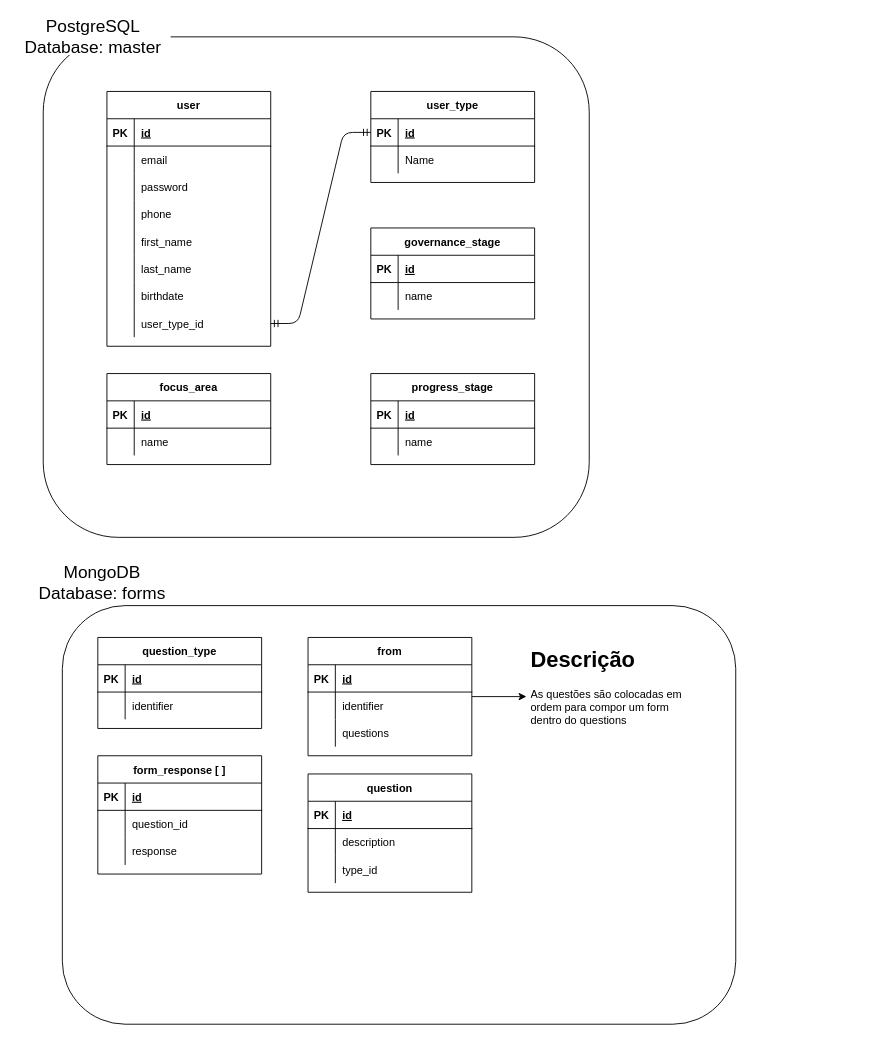
muriloarelhano/go-devrel-backend keeps this draw.io diagram as documentation/database.drawio. Above is the earlier version. Source tidied: cells renumbered, new cells numbered last; positions are measured from the earlier drawing's top-left corner, leaving out a move shared by most shapes. Both pictures are drawn from the tidied source at 91%, with x=0, y=0 at pixel (15, 18).
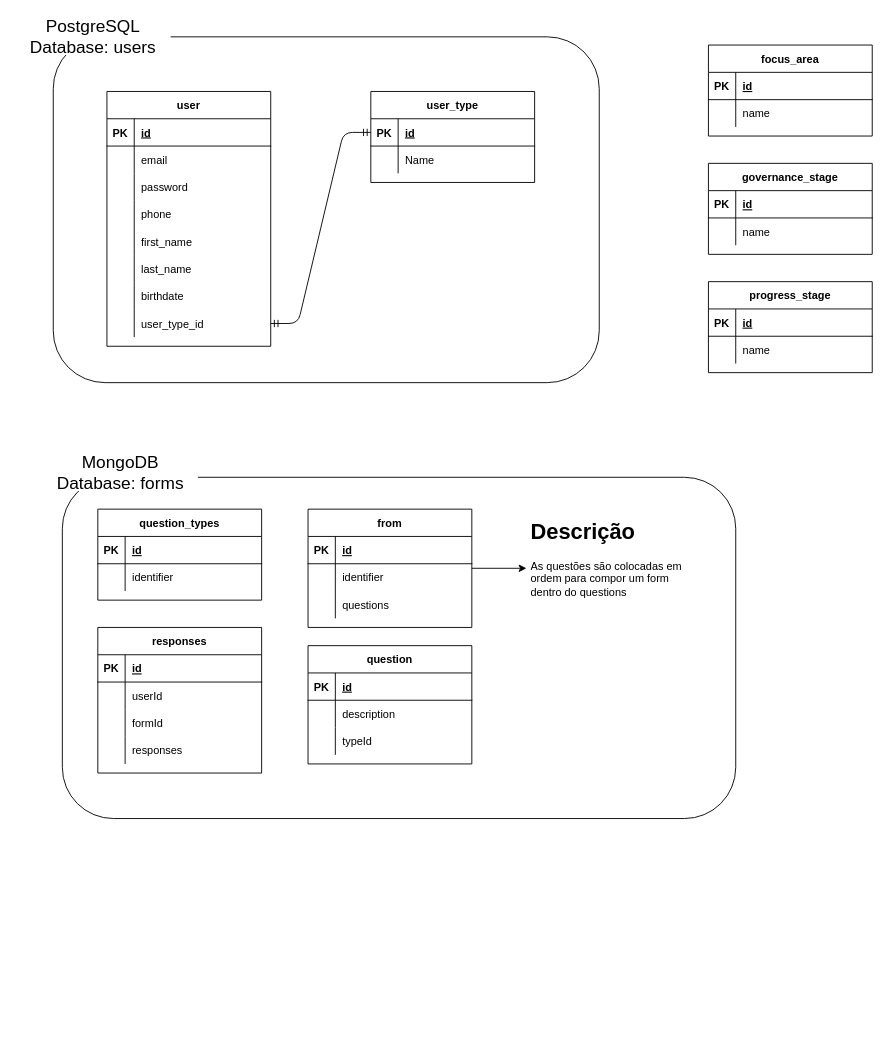
The same page after the edit.

Unchanged cells that the change refers to:
```xml
<mxCell id="67" style="shape=partialRectangle;fillColor=none;top=0;left=0;bottom=0;right=0;" parent="60" vertex="1">
  <mxGeometry y="90" width="180" height="30" as="geometry" />
</mxCell>
```

What changed in the source:
```diff
@@
     <mxCell id="2" style="rounded=1;whiteSpace=wrap;html=1;fillColor=none;" parent="1" vertex="1">
-      <mxGeometry x="30" y="20" width="600" height="550" as="geometry" />
+      <mxGeometry x="41" y="20" width="600" height="380" as="geometry" />
     </mxCell>
@@
     <mxCell id="28" value="focus_area" style="shape=table;startSize=30;childLayout=tableLayout;rowLines=0;fontStyle=1;align=center;" parent="1" vertex="1">
-      <mxGeometry x="100" y="390" width="180" height="100" as="geometry" />
+      <mxGeometry x="761" y="29" width="180" height="100" as="geometry" />
     </mxCell>
@@
-    <mxCell id="35" value="PostgreSQL&lt;br style=&quot;font-size: 19px&quot;&gt;Database: master" style="text;html=1;align=center;verticalAlign=middle;whiteSpace=wrap;rounded=1;strokeWidth=1;fontSize=19;fillColor=default;perimeterSpacing=1;gradientColor=none;" parent="1" vertex="1">
+    <mxCell id="35" value="PostgreSQL&lt;br style=&quot;font-size: 19px&quot;&gt;Database: users" style="text;html=1;align=center;verticalAlign=middle;whiteSpace=wrap;rounded=1;strokeWidth=1;fontSize=19;fillColor=default;perimeterSpacing=1;gradientColor=none;" parent="1" vertex="1">
       <mxGeometry width="170" height="40" as="geometry" />
     </mxCell>
@@
     <mxCell id="44" value="progress_stage" style="shape=table;startSize=30;childLayout=tableLayout;rowLines=0;fontStyle=1;align=center;" parent="1" vertex="1">
-      <mxGeometry x="390" y="390" width="180" height="100" as="geometry" />
+      <mxGeometry x="761" y="289" width="180" height="100" as="geometry" />
     </mxCell>
@@
     <mxCell id="51" value="governance_stage" style="shape=table;startSize=30;childLayout=tableLayout;rowLines=0;fontStyle=1;align=center;" parent="1" vertex="1">
-      <mxGeometry x="390" y="230" width="180" height="100" as="geometry" />
+      <mxGeometry x="761" y="159" width="180" height="100" as="geometry" />
     </mxCell>
@@
     <mxCell id="58" style="rounded=1;whiteSpace=wrap;html=1;fillColor=none;" parent="1" vertex="1">
-      <mxGeometry x="51" y="645" width="740" height="460" as="geometry" />
+      <mxGeometry x="51" y="504" width="740" height="375" as="geometry" />
     </mxCell>
     <mxCell id="59" value="MongoDB&lt;br&gt;Database: forms" style="text;html=1;align=center;verticalAlign=middle;whiteSpace=wrap;rounded=1;strokeWidth=1;fontSize=19;fillColor=default;perimeterSpacing=1;gradientColor=none;" parent="1" vertex="1">
-      <mxGeometry x="10" y="600" width="170" height="40" as="geometry" />
+      <mxGeometry x="30" y="479" width="170" height="40" as="geometry" />
     </mxCell>
     <mxCell id="60" value="question" style="shape=table;startSize=30;childLayout=tableLayout;rowLines=0;fontStyle=1;align=center;" parent="1" vertex="1">
-      <mxGeometry x="321" y="830" width="180" height="130" as="geometry" />
+      <mxGeometry x="321" y="689" width="180" height="130" as="geometry" />
     </mxCell>
@@
-    <mxCell id="69" value="type_id" style="shape=partialRectangle;fillColor=none;top=0;left=0;bottom=0;right=0;align=left;spacingLeft=6;overflow=hidden;" parent="67" vertex="1">
+    <mxCell id="69" value="typeId" style="shape=partialRectangle;fillColor=none;top=0;left=0;bottom=0;right=0;align=left;spacingLeft=6;overflow=hidden;" parent="67" vertex="1">
       <mxGeometry x="30" width="150" height="30" as="geometry" />
     </mxCell>
@@
     <mxCell id="71" value="from" style="shape=table;startSize=30;childLayout=tableLayout;rowLines=0;fontStyle=1;align=center;" parent="1" vertex="1">
-      <mxGeometry x="321" y="680" width="180" height="130" as="geometry" />
+      <mxGeometry x="321" y="539" width="180" height="130" as="geometry" />
     </mxCell>
@@
     <mxCell id="81" value="&lt;h1&gt;Descrição&lt;/h1&gt;&lt;div&gt;As questões são colocadas em ordem para compor um form dentro do questions&lt;/div&gt;" style="text;html=1;strokeColor=none;fillColor=none;spacing=5;spacingTop=-20;whiteSpace=wrap;overflow=hidden;rounded=0;" parent="1" vertex="1">
-      <mxGeometry x="561" y="685" width="190" height="120" as="geometry" />
+      <mxGeometry x="561" y="544" width="190" height="120" as="geometry" />
     </mxCell>
-    <mxCell id="82" value="form_response [ ]" style="shape=table;startSize=30;childLayout=tableLayout;rowLines=0;fontStyle=1;align=center;" parent="1" vertex="1">
-      <mxGeometry x="90" y="810" width="180" height="130" as="geometry" />
+    <mxCell id="82" value="responses" style="shape=table;startSize=30;childLayout=tableLayout;rowLines=0;fontStyle=1;align=center;" parent="1" vertex="1">
+      <mxGeometry x="90" y="669" width="180" height="160" as="geometry" />
     </mxCell>
@@
+    <mxCell id="99" style="shape=partialRectangle;fillColor=none;top=0;left=0;bottom=0;right=0;" parent="82" vertex="1">
+      <mxGeometry y="60" width="180" height="30" as="geometry" />
+    </mxCell>
+    <mxCell id="100" style="shape=partialRectangle;fillColor=none;top=0;left=0;bottom=0;right=0;overflow=hidden;" parent="99" vertex="1">
+      <mxGeometry width="30" height="30" as="geometry" />
+    </mxCell>
+    <mxCell id="101" value="userId" style="shape=partialRectangle;fillColor=none;top=0;left=0;bottom=0;right=0;align=left;spacingLeft=6;overflow=hidden;" parent="99" vertex="1">
+      <mxGeometry x="30" width="150" height="30" as="geometry" />
+    </mxCell>
     <mxCell id="86" style="shape=partialRectangle;fillColor=none;top=0;left=0;bottom=0;right=0;" parent="82" vertex="1">
-      <mxGeometry y="60" width="180" height="30" as="geometry" />
+      <mxGeometry y="90" width="180" height="30" as="geometry" />
     </mxCell>
@@
-    <mxCell id="88" value="question_id" style="shape=partialRectangle;fillColor=none;top=0;left=0;bottom=0;right=0;align=left;spacingLeft=6;overflow=hidden;" parent="86" vertex="1">
+    <mxCell id="88" value="formId" style="shape=partialRectangle;fillColor=none;top=0;left=0;bottom=0;right=0;align=left;spacingLeft=6;overflow=hidden;" parent="86" vertex="1">
       <mxGeometry x="30" width="150" height="30" as="geometry" />
     </mxCell>
     <mxCell id="89" style="shape=partialRectangle;fillColor=none;top=0;left=0;bottom=0;right=0;" parent="82" vertex="1">
-      <mxGeometry y="90" width="180" height="30" as="geometry" />
+      <mxGeometry y="120" width="180" height="30" as="geometry" />
     </mxCell>
@@
-    <mxCell id="91" value="response" style="shape=partialRectangle;fillColor=none;top=0;left=0;bottom=0;right=0;align=left;spacingLeft=6;overflow=hidden;" parent="89" vertex="1">
+    <mxCell id="91" value="responses" style="shape=partialRectangle;fillColor=none;top=0;left=0;bottom=0;right=0;align=left;spacingLeft=6;overflow=hidden;" parent="89" vertex="1">
       <mxGeometry x="30" width="150" height="30" as="geometry" />
     </mxCell>
-    <mxCell id="92" value="question_type" style="shape=table;startSize=30;childLayout=tableLayout;rowLines=0;fontStyle=1;align=center;" parent="1" vertex="1">
-      <mxGeometry x="90" y="680" width="180" height="100" as="geometry" />
+    <mxCell id="92" value="question_types" style="shape=table;startSize=30;childLayout=tableLayout;rowLines=0;fontStyle=1;align=center;" parent="1" vertex="1">
+      <mxGeometry x="90" y="539" width="180" height="100" as="geometry" />
     </mxCell>
```
